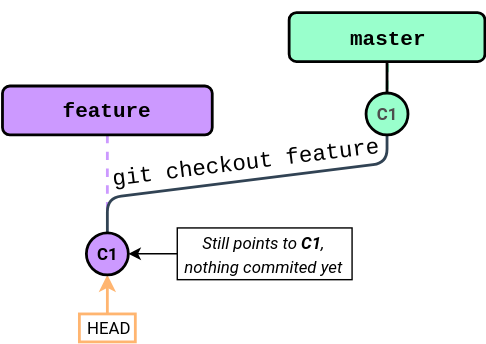
Above: Session 0 - Git/img/Branching_and_Merging/Branching_step3.svg in Python-Crash-Course/Python201 (draw.io), before the change. Source tidied: cells renumbered, new cells last; positions are measured from the earlier drawing's top-left corner, leaving out a move shared by most shapes. The source it was exported from:
```xml
<mxGraphModel>
  <root>
    <mxCell id="0" />
    <mxCell id="1" parent="0" />
    <mxCell id="2" style="endArrow=none;dashed=1;html=1;strokeWidth=2;fillColor=#ffe6cc;strokeColor=#CC99FF;exitX=0.5;exitY=1;exitDx=0;exitDy=0;" parent="1" edge="1" source="13">
      <mxGeometry relative="1" as="geometry">
        <mxPoint x="75" y="148" as="targetPoint" />
      </mxGeometry>
    </mxCell>
    <mxCell id="3" style="endArrow=none;html=1;strokeWidth=2;fontColor=#6FD08C;fillColor=#647687;strokeColor=#314354;jumpStyle=arc;targetPerimeterSpacing=3;endSize=3;startArrow=none;startFill=0;entryX=0.5;entryY=1;entryDx=0;entryDy=0;" parent="1" edge="1" target="4">
      <mxGeometry relative="1" as="geometry">
        <mxPoint x="75" y="158" as="sourcePoint" />
        <Array as="points">
          <mxPoint x="75" y="133" />
          <mxPoint x="275" y="108" />
        </Array>
      </mxGeometry>
    </mxCell>
    <mxCell id="4" value="&lt;font style=&quot;font-size: 12px&quot;&gt;C1&lt;/font&gt;" style="ellipse;whiteSpace=wrap;html=1;fillColor=#99FFCC;strokeColor=#000000;fontColor=#4D4D4D;fontStyle=1;fontSize=10;fontFamily=Roboto;FType=g;strokeWidth=2;" parent="1" vertex="1">
      <mxGeometry x="260" y="58" width="30" height="30" as="geometry" />
    </mxCell>
    <mxCell id="5" style="endArrow=none;dashed=1;html=1;strokeWidth=2;fillColor=#d5e8d4;strokeColor=#99FFCC;exitX=0.504;exitY=1.046;exitDx=0;exitDy=0;exitPerimeter=0;" parent="1" edge="1" source="14" target="4">
      <mxGeometry relative="1" as="geometry" />
    </mxCell>
    <mxCell id="6" value="&lt;font face=&quot;Courier New&quot;&gt;&lt;font style=&quot;font-size: 16px&quot;&gt;git checkout feature&lt;/font&gt;&lt;br style=&quot;font-size: 14px&quot;&gt;&lt;/font&gt;" style="text;html=1;strokeColor=none;fillColor=none;align=center;verticalAlign=middle;whiteSpace=wrap;rounded=0;rotation=-7;fontSize=14;" parent="1" vertex="1">
      <mxGeometry x="77" y="93" width="195" height="30" as="geometry" />
    </mxCell>
    <mxCell id="7" style="endArrow=classic;html=1;fontFamily=Roboto;fontSize=10;fontColor=#000000;strokeColor=#000000;exitX=0;exitY=0.5;exitDx=0;exitDy=0;entryX=1;entryY=0.5;entryDx=0;entryDy=0;strokeWidth=1;" parent="1" edge="1" source="12" target="11">
      <mxGeometry relative="1" as="geometry" />
    </mxCell>
    <mxCell id="8" style="endArrow=none;html=1;strokeColor=#000000;fontFamily=Roboto;fontSize=8;fontColor=#000000;exitX=0.5;exitY=1;exitDx=0;exitDy=0;entryX=0.5;entryY=0;entryDx=0;entryDy=0;strokeWidth=2;endFill=0;" parent="1" edge="1" source="14" target="4">
      <mxGeometry relative="1" as="geometry" />
    </mxCell>
    <mxCell id="9" style="endArrow=classic;html=1;strokeColor=#FFB570;fontFamily=Roboto;fontSize=8;fontColor=#000000;entryX=0.5;entryY=1;entryDx=0;entryDy=0;fillColor=#ffcc99;exitX=0.5;exitY=0;exitDx=0;exitDy=0;strokeWidth=2;" parent="1" edge="1" source="10" target="11">
      <mxGeometry relative="1" as="geometry" />
    </mxCell>
    <mxCell id="10" value="&lt;font style=&quot;font-size: 12px;&quot;&gt;HEAD&lt;br style=&quot;font-size: 12px;&quot;&gt;&lt;/font&gt;" style="text;html=1;strokeColor=#FFB570;fillColor=none;align=center;verticalAlign=middle;whiteSpace=wrap;rounded=0;rotation=0;fontSize=12;fontFamily=Roboto;strokeWidth=2;" parent="1" vertex="1">
      <mxGeometry x="55" y="216" width="40" height="20" as="geometry" />
    </mxCell>
    <mxCell id="11" value="&lt;font style=&quot;font-size: 12px&quot;&gt;C1&lt;/font&gt;" style="ellipse;whiteSpace=wrap;html=1;fillColor=#CC99FF;strokeColor=#000000;fontFamily=Roboto;fontStyle=1;fontSize=10;strokeWidth=2;" parent="1" vertex="1">
      <mxGeometry x="60" y="158" width="30" height="30" as="geometry" />
    </mxCell>
    <mxCell id="12" value="&lt;span style=&quot;font-size: 12px&quot;&gt;&lt;i&gt;Still points to &lt;b&gt;C1&lt;/b&gt;, nothing commited yet&lt;/i&gt;&lt;/span&gt;" style="text;html=1;strokeColor=#000000;fillColor=none;align=center;verticalAlign=middle;whiteSpace=wrap;rounded=0;labelBackgroundColor=none;fontFamily=Roboto;fontSize=14;fontColor=#000000;strokeWidth=1;" parent="1" vertex="1">
      <mxGeometry x="125" y="154.5" width="125" height="37" as="geometry" />
    </mxCell>
    <mxCell id="13" value="&lt;h1 style=&quot;line-height: 70%&quot;&gt;&lt;b style=&quot;font-size: 15px&quot;&gt;&lt;font face=&quot;Courier New&quot; style=&quot;line-height: 100%&quot;&gt;feature&lt;/font&gt;&lt;/b&gt;&lt;/h1&gt;" style="text;html=1;spacing=5;spacingTop=-20;whiteSpace=wrap;overflow=hidden;rounded=1;align=center;labelBorderColor=none;labelBackgroundColor=none;fillColor=#cc99ff;strokeColor=#000000;fontFamily=Roboto;perimeterSpacing=0;strokeWidth=2;comic=0;glass=0;shadow=0;" parent="1" vertex="1">
      <mxGeometry y="53" width="150" height="35" as="geometry" />
    </mxCell>
    <mxCell id="14" value="&lt;h1 style=&quot;line-height: 70%&quot;&gt;&lt;b style=&quot;font-size: 15px&quot;&gt;&lt;font face=&quot;Courier New&quot; style=&quot;line-height: 100%&quot;&gt;master&lt;/font&gt;&lt;/b&gt;&lt;/h1&gt;" style="text;html=1;spacing=5;spacingTop=-20;whiteSpace=wrap;overflow=hidden;rounded=1;align=center;labelBorderColor=none;labelBackgroundColor=none;fillColor=#99FFCC;strokeColor=#000000;fontFamily=Roboto;perimeterSpacing=0;strokeWidth=2;comic=0;glass=0;shadow=0;" parent="1" vertex="1">
      <mxGeometry x="205" y="0.5" width="140" height="35" as="geometry" />
    </mxCell>
  </root>
</mxGraphModel>
```
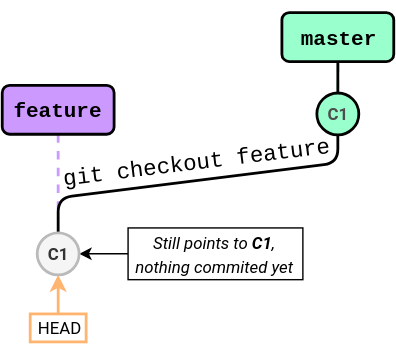
After the change.

The edit, as a diff of the source:
```diff
@@ -2,12 +2,12 @@
   <root>
     <mxCell id="0" />
     <mxCell id="1" parent="0" />
-    <mxCell id="2" style="endArrow=none;dashed=1;html=1;strokeWidth=2;fillColor=#ffe6cc;strokeColor=#CC99FF;exitX=0.5;exitY=1;exitDx=0;exitDy=0;" parent="1" edge="1" source="13">
+    <mxCell id="2" style="endArrow=none;dashed=1;html=1;strokeWidth=2;fillColor=#ffe6cc;strokeColor=#CC99FF;exitX=0.5;exitY=1;exitDx=0;exitDy=0;" parent="1" edge="1" source="14">
       <mxGeometry relative="1" as="geometry">
         <mxPoint x="75" y="148" as="targetPoint" />
       </mxGeometry>
     </mxCell>
-    <mxCell id="3" style="endArrow=none;html=1;strokeWidth=2;fontColor=#6FD08C;fillColor=#647687;strokeColor=#314354;jumpStyle=arc;targetPerimeterSpacing=3;endSize=3;startArrow=none;startFill=0;entryX=0.5;entryY=1;entryDx=0;entryDy=0;" parent="1" edge="1" target="4">
+    <mxCell id="3" style="endArrow=none;html=1;strokeWidth=2;fontColor=#6FD08C;fillColor=#647687;strokeColor=#000000;jumpStyle=arc;targetPerimeterSpacing=3;endSize=3;startArrow=none;startFill=0;entryX=0.5;entryY=1;entryDx=0;entryDy=0;" parent="1" edge="1" target="4">
       <mxGeometry relative="1" as="geometry">
         <mxPoint x="75" y="158" as="sourcePoint" />
         <Array as="points">
@@ -19,7 +19,7 @@
     <mxCell id="4" value="&lt;font style=&quot;font-size: 12px&quot;&gt;C1&lt;/font&gt;" style="ellipse;whiteSpace=wrap;html=1;fillColor=#99FFCC;strokeColor=#000000;fontColor=#4D4D4D;fontStyle=1;fontSize=10;fontFamily=Roboto;FType=g;strokeWidth=2;" parent="1" vertex="1">
       <mxGeometry x="260" y="58" width="30" height="30" as="geometry" />
     </mxCell>
-    <mxCell id="5" style="endArrow=none;dashed=1;html=1;strokeWidth=2;fillColor=#d5e8d4;strokeColor=#99FFCC;exitX=0.504;exitY=1.046;exitDx=0;exitDy=0;exitPerimeter=0;" parent="1" edge="1" source="14" target="4">
+    <mxCell id="5" style="endArrow=none;dashed=1;html=1;strokeWidth=2;fillColor=#d5e8d4;strokeColor=#99FFCC;exitX=0.504;exitY=1.046;exitDx=0;exitDy=0;exitPerimeter=0;" parent="1" edge="1" source="13" target="4">
       <mxGeometry relative="1" as="geometry" />
     </mxCell>
     <mxCell id="6" value="&lt;font face=&quot;Courier New&quot;&gt;&lt;font style=&quot;font-size: 16px&quot;&gt;git checkout feature&lt;/font&gt;&lt;br style=&quot;font-size: 14px&quot;&gt;&lt;/font&gt;" style="text;html=1;strokeColor=none;fillColor=none;align=center;verticalAlign=middle;whiteSpace=wrap;rounded=0;rotation=-7;fontSize=14;" parent="1" vertex="1">
@@ -28,7 +28,7 @@
     <mxCell id="7" style="endArrow=classic;html=1;fontFamily=Roboto;fontSize=10;fontColor=#000000;strokeColor=#000000;exitX=0;exitY=0.5;exitDx=0;exitDy=0;entryX=1;entryY=0.5;entryDx=0;entryDy=0;strokeWidth=1;" parent="1" edge="1" source="12" target="11">
       <mxGeometry relative="1" as="geometry" />
     </mxCell>
-    <mxCell id="8" style="endArrow=none;html=1;strokeColor=#000000;fontFamily=Roboto;fontSize=8;fontColor=#000000;exitX=0.5;exitY=1;exitDx=0;exitDy=0;entryX=0.5;entryY=0;entryDx=0;entryDy=0;strokeWidth=2;endFill=0;" parent="1" edge="1" source="14" target="4">
+    <mxCell id="8" style="endArrow=none;html=1;strokeColor=#000000;fontFamily=Roboto;fontSize=8;fontColor=#000000;exitX=0.5;exitY=1;exitDx=0;exitDy=0;entryX=0.5;entryY=0;entryDx=0;entryDy=0;strokeWidth=2;endFill=0;" parent="1" edge="1" source="13" target="4">
       <mxGeometry relative="1" as="geometry" />
     </mxCell>
     <mxCell id="9" style="endArrow=classic;html=1;strokeColor=#FFB570;fontFamily=Roboto;fontSize=8;fontColor=#000000;entryX=0.5;entryY=1;entryDx=0;entryDy=0;fillColor=#ffcc99;exitX=0.5;exitY=0;exitDx=0;exitDy=0;strokeWidth=2;" parent="1" edge="1" source="10" target="11">
@@ -37,17 +37,17 @@
     <mxCell id="10" value="&lt;font style=&quot;font-size: 12px;&quot;&gt;HEAD&lt;br style=&quot;font-size: 12px;&quot;&gt;&lt;/font&gt;" style="text;html=1;strokeColor=#FFB570;fillColor=none;align=center;verticalAlign=middle;whiteSpace=wrap;rounded=0;rotation=0;fontSize=12;fontFamily=Roboto;strokeWidth=2;" parent="1" vertex="1">
       <mxGeometry x="55" y="216" width="40" height="20" as="geometry" />
     </mxCell>
-    <mxCell id="11" value="&lt;font style=&quot;font-size: 12px&quot;&gt;C1&lt;/font&gt;" style="ellipse;whiteSpace=wrap;html=1;fillColor=#CC99FF;strokeColor=#000000;fontFamily=Roboto;fontStyle=1;fontSize=10;strokeWidth=2;" parent="1" vertex="1">
+    <mxCell id="11" value="&lt;font style=&quot;font-size: 12px&quot;&gt;C1&lt;/font&gt;" style="ellipse;whiteSpace=wrap;html=1;fillColor=#f5f5f5;strokeColor=#BABABA;fontFamily=Roboto;fontStyle=1;fontSize=10;strokeWidth=2;fontColor=#333333;" parent="1" vertex="1">
       <mxGeometry x="60" y="158" width="30" height="30" as="geometry" />
     </mxCell>
     <mxCell id="12" value="&lt;span style=&quot;font-size: 12px&quot;&gt;&lt;i&gt;Still points to &lt;b&gt;C1&lt;/b&gt;, nothing commited yet&lt;/i&gt;&lt;/span&gt;" style="text;html=1;strokeColor=#000000;fillColor=none;align=center;verticalAlign=middle;whiteSpace=wrap;rounded=0;labelBackgroundColor=none;fontFamily=Roboto;fontSize=14;fontColor=#000000;strokeWidth=1;" parent="1" vertex="1">
       <mxGeometry x="125" y="154.5" width="125" height="37" as="geometry" />
     </mxCell>
-    <mxCell id="13" value="&lt;h1 style=&quot;line-height: 70%&quot;&gt;&lt;b style=&quot;font-size: 15px&quot;&gt;&lt;font face=&quot;Courier New&quot; style=&quot;line-height: 100%&quot;&gt;feature&lt;/font&gt;&lt;/b&gt;&lt;/h1&gt;" style="text;html=1;spacing=5;spacingTop=-20;whiteSpace=wrap;overflow=hidden;rounded=1;align=center;labelBorderColor=none;labelBackgroundColor=none;fillColor=#cc99ff;strokeColor=#000000;fontFamily=Roboto;perimeterSpacing=0;strokeWidth=2;comic=0;glass=0;shadow=0;" parent="1" vertex="1">
-      <mxGeometry y="53" width="150" height="35" as="geometry" />
+    <mxCell id="13" value="&lt;h1 style=&quot;line-height: 70%&quot;&gt;&lt;b style=&quot;font-size: 15px&quot;&gt;&lt;font face=&quot;Courier New&quot; style=&quot;line-height: 100%&quot;&gt;master&lt;/font&gt;&lt;/b&gt;&lt;/h1&gt;" style="text;html=1;spacing=5;spacingTop=-20;whiteSpace=wrap;overflow=hidden;rounded=1;align=center;labelBorderColor=none;labelBackgroundColor=none;fillColor=#99FFCC;strokeColor=#000000;fontFamily=Roboto;perimeterSpacing=0;strokeWidth=2;comic=0;glass=0;shadow=0;" parent="1" vertex="1">
+      <mxGeometry x="235" y="0.5" width="80" height="35" as="geometry" />
     </mxCell>
-    <mxCell id="14" value="&lt;h1 style=&quot;line-height: 70%&quot;&gt;&lt;b style=&quot;font-size: 15px&quot;&gt;&lt;font face=&quot;Courier New&quot; style=&quot;line-height: 100%&quot;&gt;master&lt;/font&gt;&lt;/b&gt;&lt;/h1&gt;" style="text;html=1;spacing=5;spacingTop=-20;whiteSpace=wrap;overflow=hidden;rounded=1;align=center;labelBorderColor=none;labelBackgroundColor=none;fillColor=#99FFCC;strokeColor=#000000;fontFamily=Roboto;perimeterSpacing=0;strokeWidth=2;comic=0;glass=0;shadow=0;" parent="1" vertex="1">
-      <mxGeometry x="205" y="0.5" width="140" height="35" as="geometry" />
+    <mxCell id="14" value="&lt;h1 style=&quot;line-height: 70%&quot;&gt;&lt;font face=&quot;Courier New&quot;&gt;&lt;span style=&quot;font-size: 15px&quot;&gt;feature&lt;/span&gt;&lt;/font&gt;&lt;/h1&gt;" style="text;html=1;spacing=5;spacingTop=-20;whiteSpace=wrap;overflow=hidden;rounded=1;align=center;labelBorderColor=none;labelBackgroundColor=none;fillColor=#CC99FF;strokeColor=#000000;fontFamily=Roboto;perimeterSpacing=0;strokeWidth=2;comic=0;glass=0;shadow=0;" parent="1" vertex="1">
+      <mxGeometry x="35" y="52.5" width="80" height="35" as="geometry" />
     </mxCell>
   </root>
 </mxGraphModel>
```
